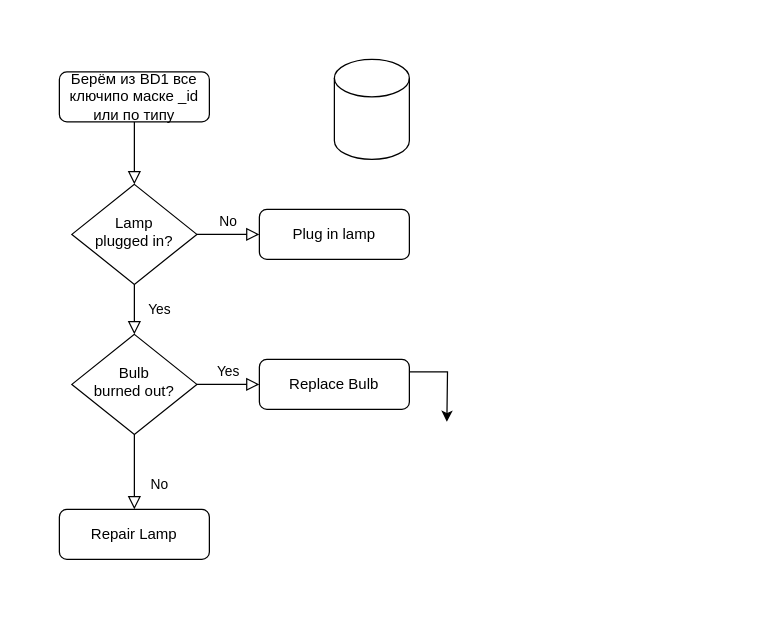
This is work_algorithm.drawio from lyucean/mysql_sync_app, a draw.io file, before an edit. Source tidied: cells renumbered, new cells numbered last; positions are measured from the earlier drawing's top-left corner, leaving out a move shared by most shapes. Both pictures are drawn from the tidied source at 125%, with x=0, y=0 at pixel (59, 59).
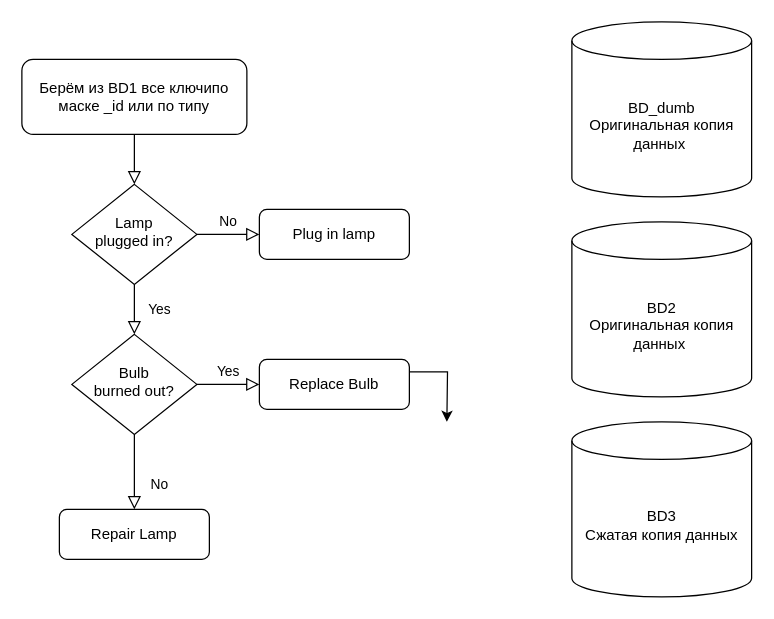
The same diagram, later.

Change to the diagram source:
```diff
@@
 <mxGraphModel>
   <root>
     <mxCell id="0" />
     <mxCell id="1" parent="0" />
     <mxCell id="2" style="rounded=0;html=1;jettySize=auto;fontSize=11;endArrow=block;endFill=0;endSize=8;strokeWidth=1;shadow=0;labelBackgroundColor=none;edgeStyle=orthogonalEdgeStyle;" parent="1" edge="1" source="3" target="6">
       <mxGeometry relative="1" as="geometry" />
     </mxCell>
     <mxCell id="3" value="Берём из BD1 все ключипо маске _id или по типу" style="rounded=1;whiteSpace=wrap;html=1;fontSize=12;glass=0;strokeWidth=1;shadow=0;" parent="1" vertex="1">
-      <mxGeometry y="10" width="120" height="40" as="geometry" />
+      <mxGeometry x="-30" width="180" height="60" as="geometry" />
     </mxCell>
     <mxCell id="4" value="Yes" style="rounded=0;html=1;jettySize=auto;fontSize=11;endArrow=block;endFill=0;endSize=8;strokeWidth=1;shadow=0;labelBackgroundColor=none;edgeStyle=orthogonalEdgeStyle;" parent="1" edge="1" source="6" target="10">
       <mxGeometry y="20" relative="1" as="geometry" />
     </mxCell>
     <mxCell id="5" value="No" style="edgeStyle=orthogonalEdgeStyle;rounded=0;html=1;jettySize=auto;fontSize=11;endArrow=block;endFill=0;endSize=8;strokeWidth=1;shadow=0;labelBackgroundColor=none;" parent="1" edge="1" source="6" target="7">
       <mxGeometry y="10" relative="1" as="geometry" />
     </mxCell>
     <mxCell id="6" value="Lamp&lt;br&gt;plugged in?" style="rhombus;whiteSpace=wrap;html=1;shadow=0;fontFamily=Helvetica;fontSize=12;align=center;strokeWidth=1;spacing=6;spacingTop=-4;" parent="1" vertex="1">
       <mxGeometry x="10" y="100" width="100" height="80" as="geometry" />
     </mxCell>
     <mxCell id="7" value="Plug in lamp" style="rounded=1;whiteSpace=wrap;html=1;fontSize=12;glass=0;strokeWidth=1;shadow=0;" parent="1" vertex="1">
       <mxGeometry x="160" y="120" width="120" height="40" as="geometry" />
     </mxCell>
     <mxCell id="8" value="No" style="rounded=0;html=1;jettySize=auto;fontSize=11;endArrow=block;endFill=0;endSize=8;strokeWidth=1;shadow=0;labelBackgroundColor=none;edgeStyle=orthogonalEdgeStyle;" parent="1" edge="1" source="10" target="11">
       <mxGeometry x="0.33" y="20" relative="1" as="geometry" />
     </mxCell>
     <mxCell id="9" value="Yes" style="edgeStyle=orthogonalEdgeStyle;rounded=0;html=1;jettySize=auto;fontSize=11;endArrow=block;endFill=0;endSize=8;strokeWidth=1;shadow=0;labelBackgroundColor=none;" parent="1" edge="1" source="10" target="13">
       <mxGeometry y="10" relative="1" as="geometry" />
     </mxCell>
     <mxCell id="10" value="Bulb&lt;br&gt;burned out?" style="rhombus;whiteSpace=wrap;html=1;shadow=0;fontFamily=Helvetica;fontSize=12;align=center;strokeWidth=1;spacing=6;spacingTop=-4;" parent="1" vertex="1">
       <mxGeometry x="10" y="220" width="100" height="80" as="geometry" />
     </mxCell>
     <mxCell id="11" value="Repair Lamp" style="rounded=1;whiteSpace=wrap;html=1;fontSize=12;glass=0;strokeWidth=1;shadow=0;" parent="1" vertex="1">
       <mxGeometry y="360" width="120" height="40" as="geometry" />
     </mxCell>
     <mxCell id="12" style="edgeStyle=orthogonalEdgeStyle;rounded=0;jettySize=auto;html=1;exitX=1;exitY=0.25;exitDx=0;exitDy=0;" parent="1" edge="1" source="13">
       <mxGeometry relative="1" as="geometry">
         <mxPoint x="310" y="290" as="targetPoint" />
       </mxGeometry>
     </mxCell>
     <mxCell id="13" value="Replace Bulb" style="rounded=1;whiteSpace=wrap;html=1;fontSize=12;glass=0;strokeWidth=1;shadow=0;" parent="1" vertex="1">
       <mxGeometry x="160" y="240" width="120" height="40" as="geometry" />
     </mxCell>
-    <mxCell id="14" style="shape=cylinder3;whiteSpace=wrap;html=1;boundedLbl=1;backgroundOutline=1;size=15;" parent="1" vertex="1">
-      <mxGeometry x="220" width="60" height="80" as="geometry" />
+    <mxCell id="14" value="BD_dumb&lt;br&gt;Оригинальная копия данных&amp;nbsp;" style="shape=cylinder3;whiteSpace=wrap;html=1;boundedLbl=1;backgroundOutline=1;size=15;" parent="1" vertex="1">
+      <mxGeometry x="410" y="-30" width="143.8" height="140" as="geometry" />
     </mxCell>
+    <mxCell id="15" value="BD2&lt;br&gt;Оригинальная копия данных&amp;nbsp;" style="shape=cylinder3;whiteSpace=wrap;html=1;boundedLbl=1;backgroundOutline=1;size=15;" parent="1" vertex="1">
+      <mxGeometry x="410" y="130" width="143.8" height="140" as="geometry" />
+    </mxCell>
+    <mxCell id="16" value="BD3&lt;br&gt;Сжатая копия данных" style="shape=cylinder3;whiteSpace=wrap;html=1;boundedLbl=1;backgroundOutline=1;size=15;" parent="1" vertex="1">
+      <mxGeometry x="410" y="290" width="143.8" height="140" as="geometry" />
+    </mxCell>
   </root>
 </mxGraphModel>
```
